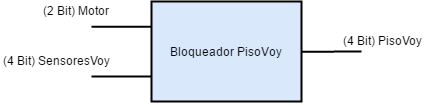
Before: Pictures/BloqueBloqueadorPisoVoy.png, a diagram exported from draw.io (enheragu/Elevator-VHDL). Source tidied: cells renumbered, new cells last; positions are measured from the earlier drawing's top-left corner, leaving out a move shared by most shapes. The source it was exported from:
```xml
<mxGraphModel background="#ffffff">
  <root>
    <mxCell id="0" style="html=1;" />
    <mxCell id="1" style="html=1;" parent="0" />
    <mxCell id="2" style="edgeStyle=orthogonalEdgeStyle;rounded=0;html=1;exitX=1;exitY=0.5;jettySize=auto;endArrow=none;endFill=0;strokeWidth=2;" parent="1" edge="1" source="5">
      <mxGeometry relative="1" as="geometry">
        <mxPoint x="360" y="50" as="targetPoint" />
      </mxGeometry>
    </mxCell>
    <mxCell id="3" style="edgeStyle=orthogonalEdgeStyle;rounded=0;html=1;exitX=0;exitY=0.75;startArrow=none;startFill=0;endArrow=none;endFill=0;jettySize=auto;strokeColor=#000000;strokeWidth=2;" parent="1" edge="1" source="5">
      <mxGeometry relative="1" as="geometry">
        <mxPoint x="90" y="75" as="targetPoint" />
      </mxGeometry>
    </mxCell>
    <mxCell id="4" style="edgeStyle=orthogonalEdgeStyle;rounded=0;html=1;exitX=0;exitY=0.25;startArrow=none;startFill=0;endArrow=none;endFill=0;jettySize=auto;strokeColor=#000000;strokeWidth=2;" parent="1" edge="1" source="5">
      <mxGeometry relative="1" as="geometry">
        <mxPoint x="90" y="25.3" as="targetPoint" />
      </mxGeometry>
    </mxCell>
    <mxCell id="5" value="Bloqueador PisoVoy" style="whiteSpace=wrap;html=1;strokeWidth=2;fillColor=#dae8fc;strokeColor=#000000;" parent="1" vertex="1">
      <mxGeometry x="150" width="150" height="100" as="geometry" />
    </mxCell>
    <mxCell id="6" value="(4 Bit) SensoresVoy" style="text;html=1;align=left;verticalAlign=top;spacingTop=-4;" parent="1" vertex="1">
      <mxGeometry y="50" width="120" height="20" as="geometry" />
    </mxCell>
    <mxCell id="7" value="(4 Bit) PisoVoy" style="text;html=1;align=left;verticalAlign=top;spacingTop=-4;" parent="1" vertex="1">
      <mxGeometry x="340" y="30" width="90" height="20" as="geometry" />
    </mxCell>
    <mxCell id="8" value="(2 Bit) Motor" style="text;html=1;align=left;verticalAlign=top;spacingTop=-4;" parent="1" vertex="1">
      <mxGeometry x="40" width="80" height="20" as="geometry" />
    </mxCell>
  </root>
</mxGraphModel>
```
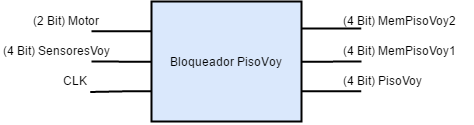
After the commit.

Diff of the diagram source:
```diff
@@ -1,33 +1,70 @@
-<mxGraphModel background="#ffffff">
+<mxGraphModel>
   <root>
     <mxCell id="0" style="html=1;" />
     <mxCell id="1" style="html=1;" parent="0" />
-    <mxCell id="2" style="edgeStyle=orthogonalEdgeStyle;rounded=0;html=1;exitX=1;exitY=0.5;jettySize=auto;endArrow=none;endFill=0;strokeWidth=2;" parent="1" edge="1" source="5">
-      <mxGeometry relative="1" as="geometry">
-        <mxPoint x="360" y="50" as="targetPoint" />
-      </mxGeometry>
-    </mxCell>
-    <mxCell id="3" style="edgeStyle=orthogonalEdgeStyle;rounded=0;html=1;exitX=0;exitY=0.75;startArrow=none;startFill=0;endArrow=none;endFill=0;jettySize=auto;strokeColor=#000000;strokeWidth=2;" parent="1" edge="1" source="5">
-      <mxGeometry relative="1" as="geometry">
-        <mxPoint x="90" y="75" as="targetPoint" />
-      </mxGeometry>
-    </mxCell>
-    <mxCell id="4" style="edgeStyle=orthogonalEdgeStyle;rounded=0;html=1;exitX=0;exitY=0.25;startArrow=none;startFill=0;endArrow=none;endFill=0;jettySize=auto;strokeColor=#000000;strokeWidth=2;" parent="1" edge="1" source="5">
-      <mxGeometry relative="1" as="geometry">
-        <mxPoint x="90" y="25.3" as="targetPoint" />
-      </mxGeometry>
-    </mxCell>
+    <mxCell id="9" style="edgeStyle=orthogonalEdgeStyle;rounded=0;html=1;exitX=0;exitY=0.5;startArrow=none;startFill=0;endArrow=none;endFill=0;jettySize=auto;strokeColor=#000000;strokeWidth=2;" parent="1" edge="1" source="5">
+      <mxGeometry relative="1" as="geometry">
+        <mxPoint x="90" y="50" as="targetPoint" />
+      </mxGeometry>
+    </mxCell>
+    <mxCell id="10" style="edgeStyle=orthogonalEdgeStyle;rounded=0;html=1;exitX=0;exitY=0.25;startArrow=none;startFill=0;endArrow=none;endFill=0;jettySize=auto;strokeColor=#000000;strokeWidth=2;" parent="1" edge="1" source="5">
+      <mxGeometry relative="1" as="geometry">
+        <mxPoint x="90" y="20" as="targetPoint" />
+        <Array as="points">
+          <mxPoint x="90" y="20" />
+        </Array>
+      </mxGeometry>
+    </mxCell>
+    <mxCell id="11" style="edgeStyle=orthogonalEdgeStyle;rounded=0;html=1;exitX=1;exitY=0.75;startArrow=none;startFill=0;endArrow=none;endFill=0;jettySize=auto;strokeColor=#000000;strokeWidth=2;" parent="1" edge="1" source="5">
+      <mxGeometry relative="1" as="geometry">
+        <mxPoint x="360" y="80" as="targetPoint" />
+        <Array as="points">
+          <mxPoint x="360" y="80" />
+        </Array>
+      </mxGeometry>
+    </mxCell>
+    <mxCell id="12" style="edgeStyle=orthogonalEdgeStyle;rounded=0;html=1;exitX=1;exitY=0.25;startArrow=none;startFill=0;endArrow=none;endFill=0;jettySize=auto;orthogonalLoop=1;strokeColor=#000000;strokeWidth=2;" parent="1" edge="1">
+      <mxGeometry relative="1" as="geometry">
+        <mxPoint x="300" y="17" as="sourcePoint" />
+        <mxPoint x="360" y="17" as="targetPoint" />
+        <Array as="points">
+          <mxPoint x="360" y="17" />
+        </Array>
+      </mxGeometry>
+    </mxCell>
+    <mxCell id="13" style="edgeStyle=orthogonalEdgeStyle;rounded=0;html=1;exitX=1;exitY=0.5;startArrow=none;startFill=0;endArrow=none;endFill=0;jettySize=auto;strokeColor=#000000;strokeWidth=2;" parent="1" edge="1" source="5">
+      <mxGeometry relative="1" as="geometry">
+        <mxPoint x="360" y="49.9" as="targetPoint" />
+      </mxGeometry>
+    </mxCell>
     <mxCell id="5" value="Bloqueador PisoVoy" style="whiteSpace=wrap;html=1;strokeWidth=2;fillColor=#dae8fc;strokeColor=#000000;" parent="1" vertex="1">
-      <mxGeometry x="150" width="150" height="100" as="geometry" />
+      <mxGeometry x="150" y="-10" width="150" height="120" as="geometry" />
     </mxCell>
     <mxCell id="6" value="(4 Bit) SensoresVoy" style="text;html=1;align=left;verticalAlign=top;spacingTop=-4;" parent="1" vertex="1">
-      <mxGeometry y="50" width="120" height="20" as="geometry" />
+      <mxGeometry y="30" width="120" height="20" as="geometry" />
     </mxCell>
     <mxCell id="7" value="(4 Bit) PisoVoy" style="text;html=1;align=left;verticalAlign=top;spacingTop=-4;" parent="1" vertex="1">
-      <mxGeometry x="340" y="30" width="90" height="20" as="geometry" />
+      <mxGeometry x="340" y="60" width="90" height="20" as="geometry" />
     </mxCell>
+    <mxCell id="3" style="edgeStyle=orthogonalEdgeStyle;rounded=0;html=1;exitX=0;exitY=0.75;startArrow=none;startFill=0;endArrow=none;endFill=0;jettySize=auto;strokeColor=#000000;strokeWidth=2;entryX=0.717;entryY=1.033;entryPerimeter=0;" parent="1" edge="1" source="5" target="14">
+      <mxGeometry relative="1" as="geometry">
+        <Array as="points">
+          <mxPoint x="125" y="80" />
+          <mxPoint x="125" y="81" />
+        </Array>
+      </mxGeometry>
+    </mxCell>
     <mxCell id="8" value="(2 Bit) Motor" style="text;html=1;align=left;verticalAlign=top;spacingTop=-4;" parent="1" vertex="1">
-      <mxGeometry x="40" width="80" height="20" as="geometry" />
+      <mxGeometry x="30" width="80" height="20" as="geometry" />
     </mxCell>
+    <mxCell id="14" value="CLK" style="text;html=1;points=[];align=left;verticalAlign=top;spacingTop=-4;" parent="1" vertex="1">
+      <mxGeometry x="60" y="60" width="40" height="20" as="geometry" />
+    </mxCell>
+    <mxCell id="15" value="(4 Bit) MemPisoVoy1" style="text;html=1;align=left;verticalAlign=top;spacingTop=-4;" parent="1" vertex="1">
+      <mxGeometry x="340" y="30" width="130" height="20" as="geometry" />
+    </mxCell>
+    <mxCell id="16" value="(4 Bit) MemPisoVoy2" style="text;html=1;align=left;verticalAlign=top;spacingTop=-4;" parent="1" vertex="1">
+      <mxGeometry x="340" width="130" height="20" as="geometry" />
+    </mxCell>
   </root>
 </mxGraphModel>
```
